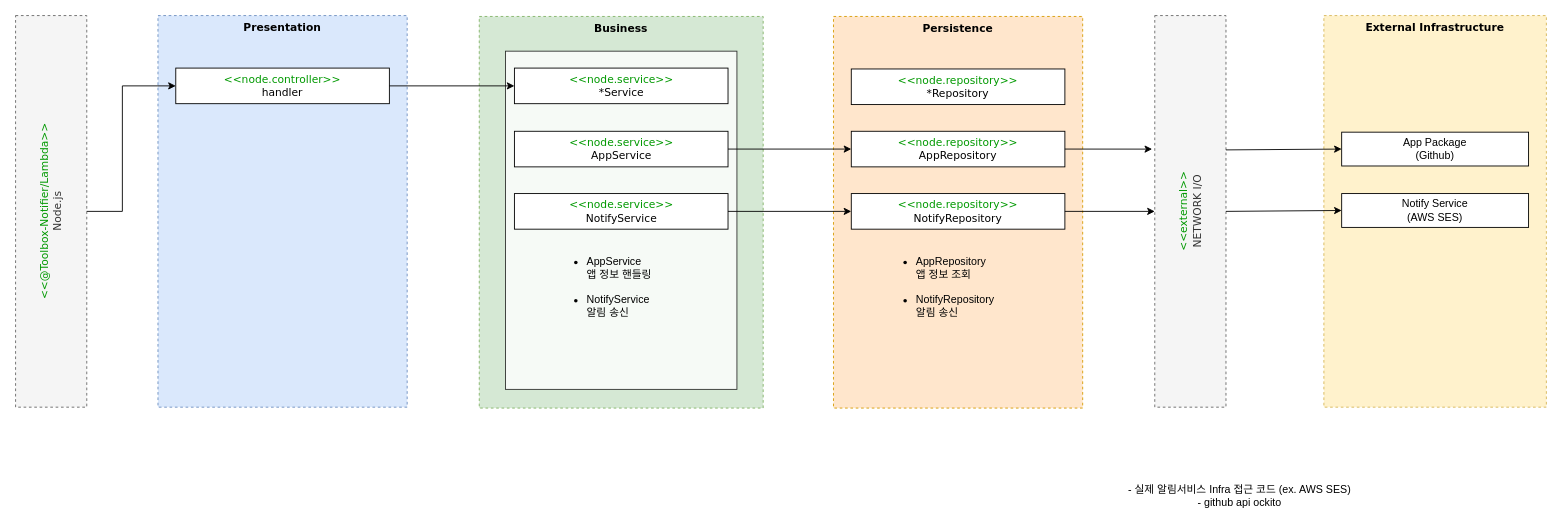
This is page "Code Architecture" (1 of 3) of docs/Architecture-Document.drawio from milkcoke/Toolbox-Notifier, a draw.io file, before an edit. Source tidied: cells renumbered, new cells numbered last; positions are measured from the earlier drawing's top-left corner, leaving out a move shared by most shapes. Both pictures are drawn from the tidied source at 89%, with x=0, y=0 at pixel (15, 15).
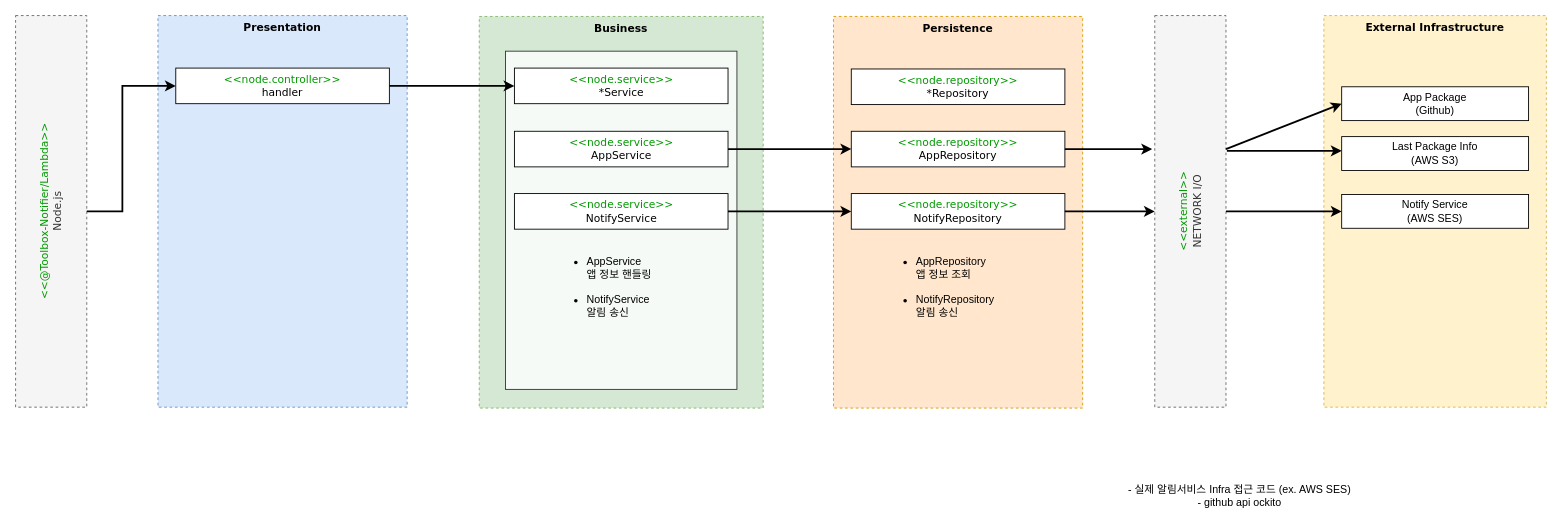
Above is the later version.

Unchanged cells that the change refers to:
```xml
<mxCell id="2" value="&lt;font color=&quot;#009900&quot;&gt;&amp;lt;&amp;lt;@Toolbox-Notifier/Lambda&amp;gt;&amp;gt;&lt;/font&gt;&lt;br&gt;Node.js" style="rounded=0;whiteSpace=wrap;html=1;fontFamily=Verdana;fontColor=#333333;horizontal=0;fontStyle=0;fillColor=#f5f5f5;dashed=1;strokeColor=#666666;" parent="1" vertex="1">
  <mxGeometry width="80" height="440" as="geometry" />
</mxCell>
<mxCell id="4" value="&lt;font color=&quot;#009900&quot;&gt;&amp;lt;&amp;lt;node.controller&amp;gt;&amp;gt;&lt;/font&gt;&lt;br&gt;handler" style="rounded=0;whiteSpace=wrap;html=1;horizontal=1;fontFamily=Verdana;fontStyle=0;" parent="1" vertex="1">
  <mxGeometry x="180" y="59" width="240" height="40" as="geometry" />
</mxCell>
<mxCell id="6" value="&lt;font color=&quot;#009900&quot;&gt;&amp;lt;&amp;lt;external&amp;gt;&amp;gt;&lt;/font&gt;&lt;br&gt;NETWORK I/O" style="rounded=0;whiteSpace=wrap;html=1;fontFamily=Verdana;fontColor=#333333;horizontal=0;fontStyle=0;fillColor=#f5f5f5;dashed=1;strokeColor=#666666;" parent="1" vertex="1">
  <mxGeometry x="1280" width="80" height="440" as="geometry" />
</mxCell>
<mxCell id="11" value="&lt;font color=&quot;#009900&quot;&gt;&amp;lt;&amp;lt;node.service&amp;gt;&amp;gt;&lt;/font&gt;&lt;br&gt;*Service" style="rounded=0;whiteSpace=wrap;html=1;horizontal=1;fontFamily=Verdana;fontStyle=0;" parent="1" vertex="1">
  <mxGeometry x="560.5" y="59" width="240" height="40" as="geometry" />
</mxCell>
<mxCell id="19" value="&lt;font color=&quot;#009900&quot;&gt;&amp;lt;&amp;lt;node.service&amp;gt;&amp;gt;&lt;/font&gt;&lt;br&gt;NotifyService" style="rounded=0;whiteSpace=wrap;html=1;horizontal=1;fontFamily=Verdana;fontStyle=0;" parent="1" vertex="1">
  <mxGeometry x="560.5" y="200" width="240" height="40" as="geometry" />
</mxCell>
<mxCell id="20" value="&lt;font color=&quot;#009900&quot;&gt;&amp;lt;&amp;lt;node.service&amp;gt;&amp;gt;&lt;/font&gt;&lt;br&gt;AppService" style="rounded=0;whiteSpace=wrap;html=1;horizontal=1;fontFamily=Verdana;fontStyle=0;" parent="1" vertex="1">
  <mxGeometry x="560.5" y="130" width="240" height="40" as="geometry" />
</mxCell>
<mxCell id="21" value="&lt;font color=&quot;#009900&quot;&gt;&amp;lt;&amp;lt;node.repository&amp;gt;&amp;gt;&lt;/font&gt;&lt;br&gt;NotifyRepository" style="rounded=0;whiteSpace=wrap;html=1;horizontal=1;fontFamily=Verdana;fontStyle=0;" parent="1" vertex="1">
  <mxGeometry x="939" y="200" width="240" height="40" as="geometry" />
</mxCell>
<mxCell id="22" value="&lt;font color=&quot;#009900&quot;&gt;&amp;lt;&amp;lt;node.repository&amp;gt;&amp;gt;&lt;/font&gt;&lt;br&gt;AppRepository" style="rounded=0;whiteSpace=wrap;html=1;horizontal=1;fontFamily=Verdana;fontStyle=0;" parent="1" vertex="1">
  <mxGeometry x="939" y="130" width="240" height="40" as="geometry" />
</mxCell>
```

Diff of the diagram source:
```diff
@@
-    <mxCell id="8" style="endArrow=classic;html=1;rounded=0;fontFamily=Verdana;exitX=1;exitY=0.5;exitDx=0;exitDy=0;entryX=0;entryY=0.5;entryDx=0;entryDy=0;" parent="1" edge="1" source="2" target="4">
+    <mxCell id="8" style="endArrow=classic;html=1;rounded=0;fontFamily=Verdana;exitX=1;exitY=0.5;exitDx=0;exitDy=0;entryX=0;entryY=0.5;entryDx=0;entryDy=0;strokeWidth=2;" parent="1" edge="1" source="2" target="4">
       <mxGeometry relative="1" as="geometry">
         <Array as="points">
           <mxPoint x="120" y="220" />
           <mxPoint x="120" y="79" />
         </Array>
       </mxGeometry>
     </mxCell>
@@
-    <mxCell id="12" style="endArrow=classic;html=1;rounded=0;fontFamily=Verdana;exitX=1;exitY=0.5;exitDx=0;exitDy=0;entryX=0;entryY=0.5;entryDx=0;entryDy=0;" parent="1" edge="1" source="4" target="11">
+    <mxCell id="12" style="endArrow=classic;html=1;rounded=0;fontFamily=Verdana;exitX=1;exitY=0.5;exitDx=0;exitDy=0;entryX=0;entryY=0.5;entryDx=0;entryDy=0;strokeWidth=2;" parent="1" edge="1" source="4" target="11">
       <mxGeometry relative="1" as="geometry" />
     </mxCell>
-    <mxCell id="13" style="endArrow=classic;html=1;rounded=0;fontFamily=Verdana;entryX=0;entryY=0.5;entryDx=0;entryDy=0;exitX=1;exitY=0.5;exitDx=0;exitDy=0;" parent="1" edge="1" source="20" target="22">
+    <mxCell id="13" style="endArrow=classic;html=1;rounded=0;fontFamily=Verdana;entryX=0;entryY=0.5;entryDx=0;entryDy=0;exitX=1;exitY=0.5;exitDx=0;exitDy=0;strokeWidth=2;" parent="1" edge="1" source="20" target="22">
       <mxGeometry relative="1" as="geometry" />
     </mxCell>
@@
     <mxCell id="17" value="App Package&lt;br&gt;(Github)" style="rounded=0;whiteSpace=wrap;html=1;" parent="1" vertex="1">
-      <mxGeometry x="1490" y="131" width="210" height="38" as="geometry" />
+      <mxGeometry x="1490" y="80" width="210" height="38" as="geometry" />
     </mxCell>
-    <mxCell id="18" style="endArrow=classic;html=1;rounded=0;fontFamily=Verdana;entryX=0;entryY=0.5;entryDx=0;entryDy=0;exitX=1;exitY=0.343;exitDx=0;exitDy=0;exitPerimeter=0;" parent="1" edge="1" source="6" target="17">
-      <mxGeometry relative="1" as="geometry" />
+    <mxCell id="18" style="endArrow=classic;html=1;rounded=0;fontFamily=Verdana;entryX=0;entryY=0.5;entryDx=0;entryDy=0;strokeWidth=2;" parent="1" edge="1" target="17">
+      <mxGeometry relative="1" as="geometry">
+        <mxPoint x="1360" y="150" as="sourcePoint" />
+      </mxGeometry>
     </mxCell>
@@
-    <mxCell id="23" style="endArrow=classic;html=1;rounded=0;fontFamily=Verdana;entryX=0;entryY=0.5;entryDx=0;entryDy=0;exitX=1;exitY=0.5;exitDx=0;exitDy=0;" parent="1" edge="1" source="19" target="21">
+    <mxCell id="23" style="endArrow=classic;html=1;rounded=0;fontFamily=Verdana;entryX=0;entryY=0.5;entryDx=0;entryDy=0;exitX=1;exitY=0.5;exitDx=0;exitDy=0;strokeWidth=2;" parent="1" edge="1" source="19" target="21">
       <mxGeometry relative="1" as="geometry" />
     </mxCell>
-    <mxCell id="24" style="endArrow=classic;html=1;rounded=0;fontFamily=Verdana;entryX=-0.037;entryY=0.341;entryDx=0;entryDy=0;exitX=1;exitY=0.5;exitDx=0;exitDy=0;entryPerimeter=0;" parent="1" edge="1" source="22" target="6">
+    <mxCell id="24" style="endArrow=classic;html=1;rounded=0;fontFamily=Verdana;entryX=-0.037;entryY=0.341;entryDx=0;entryDy=0;exitX=1;exitY=0.5;exitDx=0;exitDy=0;entryPerimeter=0;strokeWidth=2;" parent="1" edge="1" source="22" target="6">
       <mxGeometry relative="1" as="geometry" />
     </mxCell>
-    <mxCell id="25" style="endArrow=classic;html=1;rounded=0;fontFamily=Verdana;entryX=0;entryY=0.5;entryDx=0;entryDy=0;exitX=1;exitY=0.5;exitDx=0;exitDy=0;" parent="1" edge="1" source="21" target="6">
+    <mxCell id="25" style="endArrow=classic;html=1;rounded=0;fontFamily=Verdana;entryX=0;entryY=0.5;entryDx=0;entryDy=0;exitX=1;exitY=0.5;exitDx=0;exitDy=0;strokeWidth=2;" parent="1" edge="1" source="21" target="6">
       <mxGeometry relative="1" as="geometry" />
     </mxCell>
-    <mxCell id="26" style="endArrow=classic;html=1;rounded=0;fontFamily=Verdana;exitX=1;exitY=0.5;exitDx=0;exitDy=0;entryX=0;entryY=0.5;entryDx=0;entryDy=0;" parent="1" edge="1" source="6" target="27">
+    <mxCell id="26" style="endArrow=classic;html=1;rounded=0;fontFamily=Verdana;exitX=1;exitY=0.5;exitDx=0;exitDy=0;entryX=0;entryY=0.5;entryDx=0;entryDy=0;strokeWidth=2;" parent="1" edge="1" source="6" target="27">
       <mxGeometry relative="1" as="geometry" />
     </mxCell>
     <mxCell id="27" value="Notify Service&lt;br&gt;(AWS SES)" style="rounded=0;whiteSpace=wrap;html=1;" parent="1" vertex="1">
-      <mxGeometry x="1490" y="200" width="210" height="38" as="geometry" />
+      <mxGeometry x="1490" y="201" width="210" height="38" as="geometry" />
     </mxCell>
@@
+    <mxCell id="29" value="Last Package Info&lt;br&gt;(AWS S3)" style="rounded=0;whiteSpace=wrap;html=1;" parent="1" vertex="1">
+      <mxGeometry x="1490" y="136" width="210" height="38" as="geometry" />
+    </mxCell>
+    <mxCell id="30" style="endArrow=classic;html=1;rounded=0;fontFamily=Verdana;entryX=0;entryY=0.5;entryDx=0;entryDy=0;exitX=1.013;exitY=0.352;exitDx=0;exitDy=0;exitPerimeter=0;strokeWidth=2;" parent="1" edge="1">
+      <mxGeometry relative="1" as="geometry">
+        <mxPoint x="1361" y="151.9" as="sourcePoint" />
+        <mxPoint x="1490" y="152" as="targetPoint" />
+      </mxGeometry>
+    </mxCell>
```
